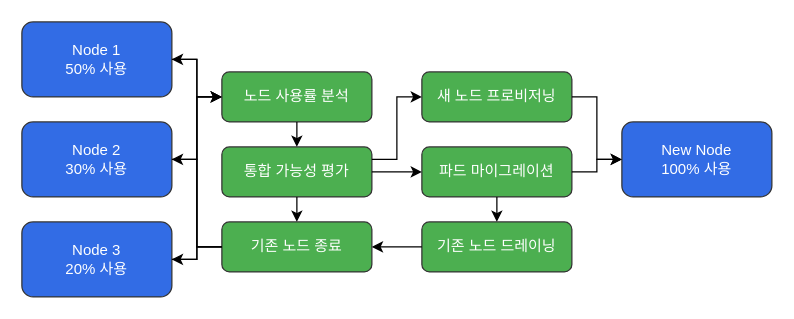
Above: assets/generated-diagrams/karpenter_node_consolidation.drawio in Atom-oh/kubernetes-docs (draw.io), before the change. Source tidied: cells renumbered, new cells numbered last; positions are measured from the earlier drawing's top-left corner, leaving out a move shared by most shapes. Both pictures are drawn from the tidied source at 125%, with x=0, y=0 at pixel (21, 21).
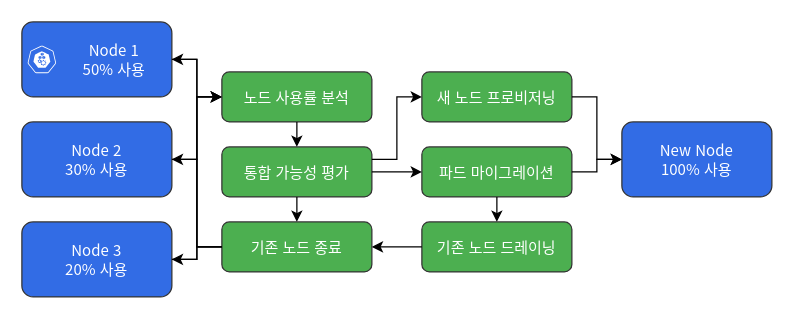
The same page after the edit.

Change to the diagram source:
```diff
@@
-    <mxCell id="2" value="Node 1&#10;50% 사용" style="rounded=1;whiteSpace=wrap;html=1;fillColor=#326CE5;strokeColor=#333333;fontColor=#FFFFFF;" parent="1" vertex="1">
+    <mxCell id="2" value="Node 1&#10;50% 사용" style="rounded=1;whiteSpace=wrap;html=1;fillColor=#326CE5;strokeColor=#333333;fontColor=#FFFFFF;fontSize=12;fontFamily=Noto Sans CJK KR;spacingLeft=28;" parent="1" vertex="1">
       <mxGeometry width="120" height="60" as="geometry" />
     </mxCell>
-    <mxCell id="3" value="Node 2&#10;30% 사용" style="rounded=1;whiteSpace=wrap;html=1;fillColor=#326CE5;strokeColor=#333333;fontColor=#FFFFFF;" parent="1" vertex="1">
+    <mxCell id="3" value="Node 2&#10;30% 사용" style="rounded=1;whiteSpace=wrap;html=1;fillColor=#326CE5;strokeColor=#333333;fontColor=#FFFFFF;fontSize=12;fontFamily=Noto Sans CJK KR;" parent="1" vertex="1">
       <mxGeometry y="80" width="120" height="60" as="geometry" />
     </mxCell>
-    <mxCell id="4" value="Node 3&#10;20% 사용" style="rounded=1;whiteSpace=wrap;html=1;fillColor=#326CE5;strokeColor=#333333;fontColor=#FFFFFF;" parent="1" vertex="1">
+    <mxCell id="4" value="Node 3&#10;20% 사용" style="rounded=1;whiteSpace=wrap;html=1;fillColor=#326CE5;strokeColor=#333333;fontColor=#FFFFFF;fontSize=12;fontFamily=Noto Sans CJK KR;" parent="1" vertex="1">
       <mxGeometry y="160" width="120" height="60" as="geometry" />
     </mxCell>
-    <mxCell id="5" value="New Node&#10;100% 사용" style="rounded=1;whiteSpace=wrap;html=1;fillColor=#326CE5;strokeColor=#333333;fontColor=#FFFFFF;" parent="1" vertex="1">
+    <mxCell id="5" value="New Node&#10;100% 사용" style="rounded=1;whiteSpace=wrap;html=1;fillColor=#326CE5;strokeColor=#333333;fontColor=#FFFFFF;fontSize=12;fontFamily=Noto Sans CJK KR;" parent="1" vertex="1">
       <mxGeometry x="480" y="80" width="120" height="60" as="geometry" />
     </mxCell>
-    <mxCell id="6" value="노드 사용률 분석" style="rounded=1;whiteSpace=wrap;html=1;fillColor=#4CAF50;strokeColor=#333333;fontColor=#FFFFFF;" parent="1" vertex="1">
+    <mxCell id="6" value="노드 사용률 분석" style="rounded=1;whiteSpace=wrap;html=1;fillColor=#4CAF50;strokeColor=#333333;fontColor=#FFFFFF;fontSize=12;fontFamily=Noto Sans CJK KR;" parent="1" vertex="1">
       <mxGeometry x="160" y="40" width="120" height="40" as="geometry" />
     </mxCell>
-    <mxCell id="7" value="통합 가능성 평가" style="rounded=1;whiteSpace=wrap;html=1;fillColor=#4CAF50;strokeColor=#333333;fontColor=#FFFFFF;" parent="1" vertex="1">
+    <mxCell id="7" value="통합 가능성 평가" style="rounded=1;whiteSpace=wrap;html=1;fillColor=#4CAF50;strokeColor=#333333;fontColor=#FFFFFF;fontSize=12;fontFamily=Noto Sans CJK KR;" parent="1" vertex="1">
       <mxGeometry x="160" y="100" width="120" height="40" as="geometry" />
     </mxCell>
-    <mxCell id="8" value="새 노드 프로비저닝" style="rounded=1;whiteSpace=wrap;html=1;fillColor=#4CAF50;strokeColor=#333333;fontColor=#FFFFFF;" parent="1" vertex="1">
+    <mxCell id="8" value="새 노드 프로비저닝" style="rounded=1;whiteSpace=wrap;html=1;fillColor=#4CAF50;strokeColor=#333333;fontColor=#FFFFFF;fontSize=12;fontFamily=Noto Sans CJK KR;" parent="1" vertex="1">
       <mxGeometry x="320" y="40" width="120" height="40" as="geometry" />
     </mxCell>
-    <mxCell id="9" value="파드 마이그레이션" style="rounded=1;whiteSpace=wrap;html=1;fillColor=#4CAF50;strokeColor=#333333;fontColor=#FFFFFF;" parent="1" vertex="1">
+    <mxCell id="9" value="파드 마이그레이션" style="rounded=1;whiteSpace=wrap;html=1;fillColor=#4CAF50;strokeColor=#333333;fontColor=#FFFFFF;fontSize=12;fontFamily=Noto Sans CJK KR;" parent="1" vertex="1">
       <mxGeometry x="320" y="100" width="120" height="40" as="geometry" />
     </mxCell>
-    <mxCell id="10" value="기존 노드 드레이닝" style="rounded=1;whiteSpace=wrap;html=1;fillColor=#4CAF50;strokeColor=#333333;fontColor=#FFFFFF;" parent="1" vertex="1">
+    <mxCell id="10" value="기존 노드 드레이닝" style="rounded=1;whiteSpace=wrap;html=1;fillColor=#4CAF50;strokeColor=#333333;fontColor=#FFFFFF;fontSize=12;fontFamily=Noto Sans CJK KR;" parent="1" vertex="1">
       <mxGeometry x="320" y="160" width="120" height="40" as="geometry" />
     </mxCell>
-    <mxCell id="11" value="기존 노드 종료" style="rounded=1;whiteSpace=wrap;html=1;fillColor=#4CAF50;strokeColor=#333333;fontColor=#FFFFFF;" parent="1" vertex="1">
+    <mxCell id="11" value="기존 노드 종료" style="rounded=1;whiteSpace=wrap;html=1;fillColor=#4CAF50;strokeColor=#333333;fontColor=#FFFFFF;fontSize=12;fontFamily=Noto Sans CJK KR;" parent="1" vertex="1">
       <mxGeometry x="160" y="160" width="120" height="40" as="geometry" />
     </mxCell>
-    <mxCell id="12" style="edgeStyle=orthogonalEdgeStyle;rounded=0;jettySize=auto;html=1;exitX=1;exitY=0.5;exitDx=0;exitDy=0;entryX=0;entryY=0.5;entryDx=0;entryDy=0;" parent="1" edge="1" source="2" target="6">
+    <mxCell id="12" style="edgeStyle=orthogonalEdgeStyle;rounded=0;jettySize=auto;html=1;exitX=1;exitY=0.5;exitDx=0;exitDy=0;entryX=0;entryY=0.5;entryDx=0;entryDy=0;strokeWidth=1;" parent="1" edge="1" source="2" target="6">
       <mxGeometry relative="1" as="geometry" />
     </mxCell>
-    <mxCell id="13" style="edgeStyle=orthogonalEdgeStyle;rounded=0;jettySize=auto;html=1;exitX=1;exitY=0.5;exitDx=0;exitDy=0;entryX=0;entryY=0.5;entryDx=0;entryDy=0;" parent="1" edge="1" source="3" target="6">
+    <mxCell id="13" style="edgeStyle=orthogonalEdgeStyle;rounded=0;jettySize=auto;html=1;exitX=1;exitY=0.5;exitDx=0;exitDy=0;entryX=0;entryY=0.5;entryDx=0;entryDy=0;strokeWidth=1;" parent="1" edge="1" source="3" target="6">
       <mxGeometry relative="1" as="geometry">
         <Array as="points">
           <mxPoint x="140" y="110" />
           <mxPoint x="140" y="60" />
         </Array>
       </mxGeometry>
     </mxCell>
-    <mxCell id="14" style="edgeStyle=orthogonalEdgeStyle;rounded=0;jettySize=auto;html=1;exitX=1;exitY=0.5;exitDx=0;exitDy=0;entryX=0;entryY=0.5;entryDx=0;entryDy=0;" parent="1" edge="1" source="4" target="6">
+    <mxCell id="14" style="edgeStyle=orthogonalEdgeStyle;rounded=0;jettySize=auto;html=1;exitX=1;exitY=0.5;exitDx=0;exitDy=0;entryX=0;entryY=0.5;entryDx=0;entryDy=0;strokeWidth=1;" parent="1" edge="1" source="4" target="6">
       <mxGeometry relative="1" as="geometry">
         <Array as="points">
           <mxPoint x="140" y="190" />
           <mxPoint x="140" y="60" />
         </Array>
       </mxGeometry>
     </mxCell>
-    <mxCell id="15" style="edgeStyle=orthogonalEdgeStyle;rounded=0;jettySize=auto;html=1;exitX=0.5;exitY=1;exitDx=0;exitDy=0;entryX=0.5;entryY=0;entryDx=0;entryDy=0;" parent="1" edge="1" source="6" target="7">
+    <mxCell id="15" style="edgeStyle=orthogonalEdgeStyle;rounded=0;jettySize=auto;html=1;exitX=0.5;exitY=1;exitDx=0;exitDy=0;entryX=0.5;entryY=0;entryDx=0;entryDy=0;strokeWidth=1;" parent="1" edge="1" source="6" target="7">
       <mxGeometry relative="1" as="geometry" />
     </mxCell>
-    <mxCell id="16" style="edgeStyle=orthogonalEdgeStyle;rounded=0;jettySize=auto;html=1;exitX=1;exitY=0.5;exitDx=0;exitDy=0;entryX=0;entryY=0.5;entryDx=0;entryDy=0;" parent="1" edge="1" source="7" target="9">
+    <mxCell id="16" style="edgeStyle=orthogonalEdgeStyle;rounded=0;jettySize=auto;html=1;exitX=1;exitY=0.5;exitDx=0;exitDy=0;entryX=0;entryY=0.5;entryDx=0;entryDy=0;strokeWidth=1;" parent="1" edge="1" source="7" target="9">
       <mxGeometry relative="1" as="geometry" />
     </mxCell>
-    <mxCell id="17" style="edgeStyle=orthogonalEdgeStyle;rounded=0;jettySize=auto;html=1;exitX=1;exitY=0.25;exitDx=0;exitDy=0;entryX=0;entryY=0.5;entryDx=0;entryDy=0;" parent="1" edge="1" source="7" target="8">
+    <mxCell id="17" style="edgeStyle=orthogonalEdgeStyle;rounded=0;jettySize=auto;html=1;exitX=1;exitY=0.25;exitDx=0;exitDy=0;entryX=0;entryY=0.5;entryDx=0;entryDy=0;strokeWidth=1;" parent="1" edge="1" source="7" target="8">
       <mxGeometry relative="1" as="geometry">
         <Array as="points">
           <mxPoint x="300" y="110" />
           <mxPoint x="300" y="60" />
         </Array>
       </mxGeometry>
     </mxCell>
-    <mxCell id="18" style="edgeStyle=orthogonalEdgeStyle;rounded=0;jettySize=auto;html=1;exitX=0.5;exitY=1;exitDx=0;exitDy=0;entryX=0.5;entryY=0;entryDx=0;entryDy=0;" parent="1" edge="1" source="7" target="11">
+    <mxCell id="18" style="edgeStyle=orthogonalEdgeStyle;rounded=0;jettySize=auto;html=1;exitX=0.5;exitY=1;exitDx=0;exitDy=0;entryX=0.5;entryY=0;entryDx=0;entryDy=0;strokeWidth=1;" parent="1" edge="1" source="7" target="11">
       <mxGeometry relative="1" as="geometry" />
     </mxCell>
-    <mxCell id="19" style="edgeStyle=orthogonalEdgeStyle;rounded=0;jettySize=auto;html=1;exitX=0.5;exitY=1;exitDx=0;exitDy=0;entryX=0.5;entryY=0;entryDx=0;entryDy=0;" parent="1" edge="1" source="9" target="10">
+    <mxCell id="19" style="edgeStyle=orthogonalEdgeStyle;rounded=0;jettySize=auto;html=1;exitX=0.5;exitY=1;exitDx=0;exitDy=0;entryX=0.5;entryY=0;entryDx=0;entryDy=0;strokeWidth=1;" parent="1" edge="1" source="9" target="10">
       <mxGeometry relative="1" as="geometry" />
     </mxCell>
-    <mxCell id="20" style="edgeStyle=orthogonalEdgeStyle;rounded=0;jettySize=auto;html=1;exitX=0;exitY=0.5;exitDx=0;exitDy=0;entryX=1;entryY=0.5;entryDx=0;entryDy=0;" parent="1" edge="1" source="10" target="11">
+    <mxCell id="20" style="edgeStyle=orthogonalEdgeStyle;rounded=0;jettySize=auto;html=1;exitX=0;exitY=0.5;exitDx=0;exitDy=0;entryX=1;entryY=0.5;entryDx=0;entryDy=0;strokeWidth=1;" parent="1" edge="1" source="10" target="11">
       <mxGeometry relative="1" as="geometry" />
     </mxCell>
-    <mxCell id="21" style="edgeStyle=orthogonalEdgeStyle;rounded=0;jettySize=auto;html=1;exitX=1;exitY=0.5;exitDx=0;exitDy=0;entryX=0;entryY=0.5;entryDx=0;entryDy=0;" parent="1" edge="1" source="8" target="5">
+    <mxCell id="21" style="edgeStyle=orthogonalEdgeStyle;rounded=0;jettySize=auto;html=1;exitX=1;exitY=0.5;exitDx=0;exitDy=0;entryX=0;entryY=0.5;entryDx=0;entryDy=0;strokeWidth=1;" parent="1" edge="1" source="8" target="5">
       <mxGeometry relative="1" as="geometry" />
     </mxCell>
-    <mxCell id="22" style="edgeStyle=orthogonalEdgeStyle;rounded=0;jettySize=auto;html=1;exitX=1;exitY=0.5;exitDx=0;exitDy=0;entryX=0;entryY=0.5;entryDx=0;entryDy=0;" parent="1" edge="1" source="9" target="5">
+    <mxCell id="22" style="edgeStyle=orthogonalEdgeStyle;rounded=0;jettySize=auto;html=1;exitX=1;exitY=0.5;exitDx=0;exitDy=0;entryX=0;entryY=0.5;entryDx=0;entryDy=0;strokeWidth=1;" parent="1" edge="1" source="9" target="5">
       <mxGeometry relative="1" as="geometry" />
     </mxCell>
-    <mxCell id="23" style="edgeStyle=orthogonalEdgeStyle;rounded=0;jettySize=auto;html=1;exitX=0;exitY=0.5;exitDx=0;exitDy=0;entryX=1;entryY=0.5;entryDx=0;entryDy=0;" parent="1" edge="1" source="11" target="2">
+    <mxCell id="23" style="edgeStyle=orthogonalEdgeStyle;rounded=0;jettySize=auto;html=1;exitX=0;exitY=0.5;exitDx=0;exitDy=0;entryX=1;entryY=0.5;entryDx=0;entryDy=0;strokeWidth=1;" parent="1" edge="1" source="11" target="2">
       <mxGeometry relative="1" as="geometry">
         <Array as="points">
           <mxPoint x="140" y="180" />
           <mxPoint x="140" y="30" />
         </Array>
       </mxGeometry>
     </mxCell>
-    <mxCell id="24" style="edgeStyle=orthogonalEdgeStyle;rounded=0;jettySize=auto;html=1;exitX=0;exitY=0.5;exitDx=0;exitDy=0;entryX=1;entryY=0.5;entryDx=0;entryDy=0;" parent="1" edge="1" source="11" target="3">
+    <mxCell id="24" style="edgeStyle=orthogonalEdgeStyle;rounded=0;jettySize=auto;html=1;exitX=0;exitY=0.5;exitDx=0;exitDy=0;entryX=1;entryY=0.5;entryDx=0;entryDy=0;strokeWidth=1;" parent="1" edge="1" source="11" target="3">
       <mxGeometry relative="1" as="geometry">
         <Array as="points">
           <mxPoint x="140" y="180" />
           <mxPoint x="140" y="110" />
         </Array>
       </mxGeometry>
     </mxCell>
-    <mxCell id="25" style="edgeStyle=orthogonalEdgeStyle;rounded=0;jettySize=auto;html=1;exitX=0;exitY=0.5;exitDx=0;exitDy=0;entryX=1;entryY=0.5;entryDx=0;entryDy=0;" parent="1" edge="1" source="11" target="4">
+    <mxCell id="25" style="edgeStyle=orthogonalEdgeStyle;rounded=0;jettySize=auto;html=1;exitX=0;exitY=0.5;exitDx=0;exitDy=0;entryX=1;entryY=0.5;entryDx=0;entryDy=0;strokeWidth=1;" parent="1" edge="1" source="11" target="4">
       <mxGeometry relative="1" as="geometry" />
     </mxCell>
+    <mxCell id="26" style="sketch=0;fontColor=#232F3E;gradientColor=none;fillColor=#326CE5;strokeColor=none;dashed=0;verticalLabelPosition=middle;verticalAlign=middle;align=left;html=1;fontSize=0;fontStyle=0;shape=mxgraph.kubernetes.icon;prIcon=node;" parent="1" vertex="1">
+      <mxGeometry x="4" y="19" width="24" height="22" as="geometry" />
+    </mxCell>
```
